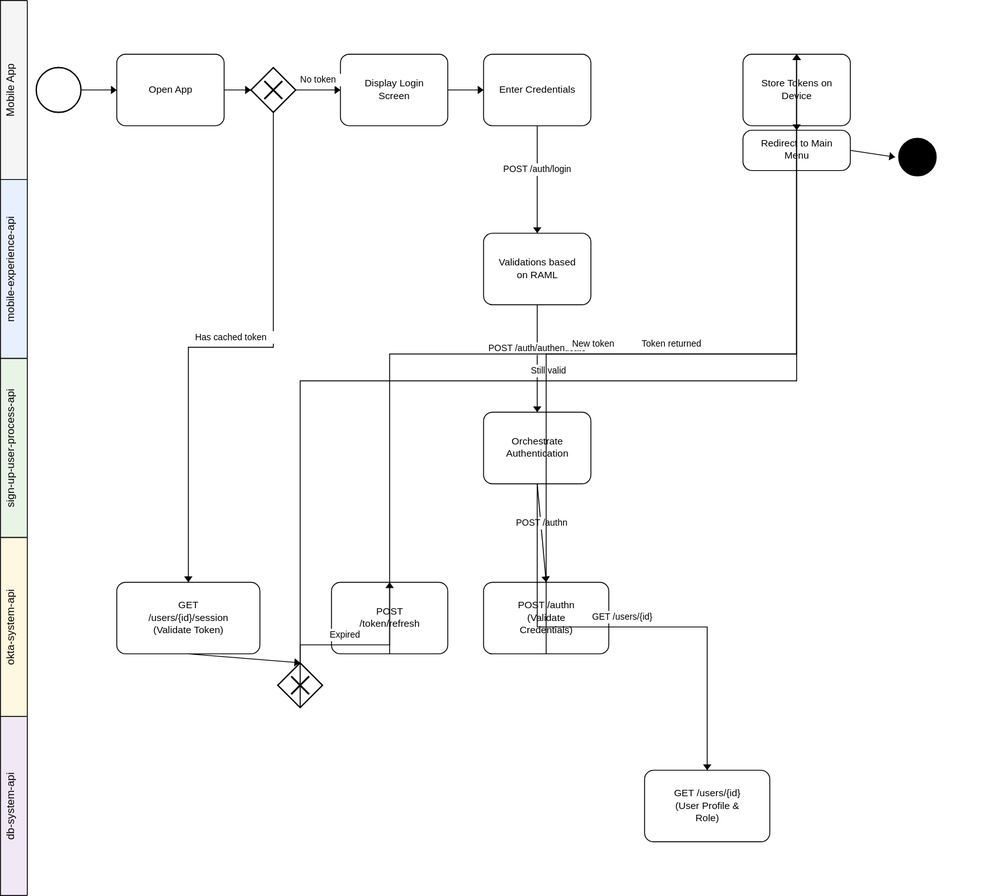
This is architecture/diagrams/use-cases/user-login-authentication-use-case.drawio.svg from RideXpress/docs, a draw.io export, as it was before one commit. Source tidied: cells renumbered, new cells last; positions are measured from the earlier drawing's top-left corner, leaving out a move shared by most shapes.
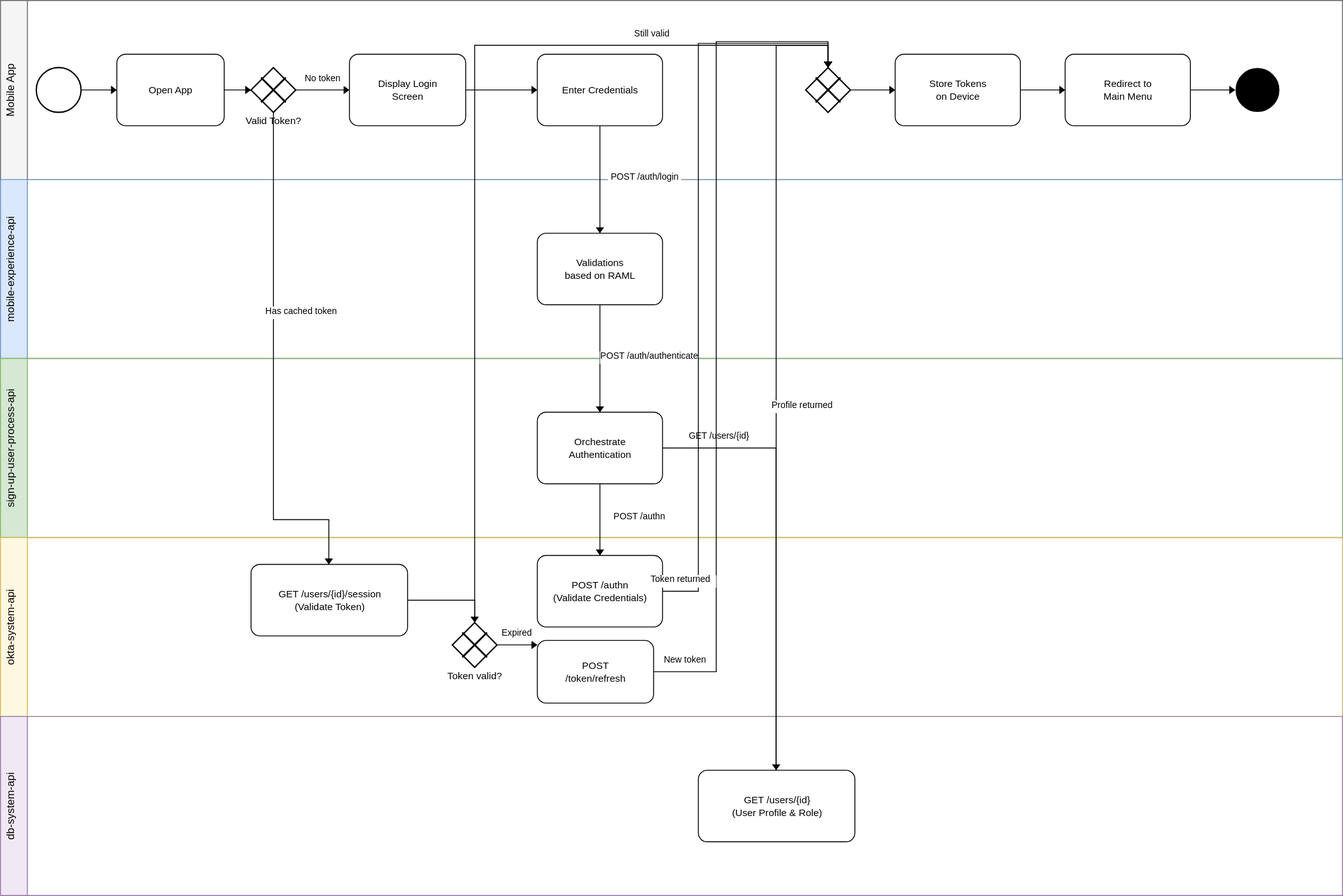
Above is the later version.

Commit message:
Redesign user login/authentication diagram for legibility (#139)

The edit, as a diff of the source:
```diff
@@ -2,20 +2,20 @@
   <root>
     <mxCell id="0" />
     <mxCell id="1" parent="0" />
-    <mxCell id="2" value="Mobile App" style="swimlane;horizontal=0;whiteSpace=wrap;html=1;" parent="1" vertex="1">
-      <mxGeometry width="1100" height="200" as="geometry" />
+    <mxCell id="2" value="Mobile App" style="swimlane;horizontal=0;whiteSpace=wrap;html=1;fillColor=#f5f5f5;strokeColor=#666666;" parent="1" vertex="1">
+      <mxGeometry width="1500" height="200" as="geometry" />
     </mxCell>
-    <mxCell id="3" value="mobile-experience-api" style="swimlane;horizontal=0;whiteSpace=wrap;html=1;" parent="1" vertex="1">
-      <mxGeometry y="200" width="1100" height="200" as="geometry" />
+    <mxCell id="3" value="mobile-experience-api" style="swimlane;horizontal=0;whiteSpace=wrap;html=1;fillColor=#dae8fc;strokeColor=#6c8ebf;" parent="1" vertex="1">
+      <mxGeometry y="200" width="1500" height="200" as="geometry" />
     </mxCell>
-    <mxCell id="4" value="sign-up-user-process-api" style="swimlane;horizontal=0;whiteSpace=wrap;html=1;" parent="1" vertex="1">
-      <mxGeometry y="400" width="1100" height="200" as="geometry" />
+    <mxCell id="4" value="sign-up-user-process-api" style="swimlane;horizontal=0;whiteSpace=wrap;html=1;fillColor=#d5e8d4;strokeColor=#82b366;" parent="1" vertex="1">
+      <mxGeometry y="400" width="1500" height="200" as="geometry" />
     </mxCell>
-    <mxCell id="5" value="okta-system-api" style="swimlane;horizontal=0;whiteSpace=wrap;html=1;" parent="1" vertex="1">
-      <mxGeometry y="600" width="1100" height="200" as="geometry" />
+    <mxCell id="5" value="okta-system-api" style="swimlane;horizontal=0;whiteSpace=wrap;html=1;fillColor=#fff8e1;strokeColor=#d6b656;" parent="1" vertex="1">
+      <mxGeometry y="600" width="1500" height="200" as="geometry" />
     </mxCell>
-    <mxCell id="6" value="db-system-api" style="swimlane;horizontal=0;whiteSpace=wrap;html=1;" parent="1" vertex="1">
-      <mxGeometry y="800" width="1100" height="200" as="geometry" />
+    <mxCell id="6" value="db-system-api" style="swimlane;horizontal=0;whiteSpace=wrap;html=1;fillColor=#f0e8f4;strokeColor=#9673a6;" parent="1" vertex="1">
+      <mxGeometry y="800" width="1500" height="200" as="geometry" />
     </mxCell>
     <mxCell id="7" style="points=[[0.145,0.145,0],[0.5,0,0],[0.855,0.145,0],[1,0.5,0],[0.855,0.855,0],[0.5,1,0],[0.145,0.855,0],[0,0.5,0]];shape=mxgraph.bpmn.event;html=1;verticalLabelPosition=bottom;labelBackgroundColor=#ffffff;verticalAlign=top;align=center;perimeter=ellipsePerimeter;outlineConnect=0;outline=standard;symbol=general;" parent="2" vertex="1">
       <mxGeometry x="40" y="75" width="50" height="50" as="geometry" />
@@ -27,40 +27,43 @@
       <mxGeometry x="280" y="75" width="50" height="50" as="geometry" />
     </mxCell>
     <mxCell id="10" value="Display Login Screen" style="points=[[0.25,0,0],[0.5,0,0],[0.75,0,0],[1,0.25,0],[1,0.5,0],[1,0.75,0],[0.75,1,0],[0.5,1,0],[0.25,1,0],[0,0.75,0],[0,0.5,0],[0,0.25,0]];shape=mxgraph.bpmn.task;whiteSpace=wrap;rectStyle=rounded;size=10;html=1;taskMarker=abstract;" parent="2" vertex="1">
-      <mxGeometry x="380" y="60" width="120" height="80" as="geometry" />
+      <mxGeometry x="390" y="60" width="130" height="80" as="geometry" />
     </mxCell>
     <mxCell id="11" value="Enter Credentials" style="points=[[0.25,0,0],[0.5,0,0],[0.75,0,0],[1,0.25,0],[1,0.5,0],[1,0.75,0],[0.75,1,0],[0.5,1,0],[0.25,1,0],[0,0.75,0],[0,0.5,0],[0,0.25,0]];shape=mxgraph.bpmn.task;whiteSpace=wrap;rectStyle=rounded;size=10;html=1;taskMarker=abstract;" parent="2" vertex="1">
-      <mxGeometry x="540" y="60" width="120" height="80" as="geometry" />
+      <mxGeometry x="600" y="60" width="140" height="80" as="geometry" />
     </mxCell>
+    <mxCell id="48" style="points=[[0.25,0,0],[0.5,0,0],[0.75,0,0],[1,0.25,0],[1,0.5,0],[1,0.75,0],[0.75,1,0],[0.5,1,0],[0.25,1,0],[0,0.75,0],[0,0.5,0],[0,0.25,0]];shape=mxgraph.bpmn.gateway2;html=1;verticalLabelPosition=bottom;labelBackgroundColor=#ffffff;verticalAlign=top;align=center;perimeter=rhombusPerimeter;outlineConnect=0;outline=exclusive;symbol=exclusive;" parent="2" vertex="1">
+      <mxGeometry x="900" y="75" width="50" height="50" as="geometry" />
+    </mxCell>
     <mxCell id="12" value="Store Tokens on Device" style="points=[[0.25,0,0],[0.5,0,0],[0.75,0,0],[1,0.25,0],[1,0.5,0],[1,0.75,0],[0.75,1,0],[0.5,1,0],[0.25,1,0],[0,0.75,0],[0,0.5,0],[0,0.25,0]];shape=mxgraph.bpmn.task;whiteSpace=wrap;rectStyle=rounded;size=10;html=1;taskMarker=abstract;" parent="2" vertex="1">
-      <mxGeometry x="830" y="60" width="120" height="80" as="geometry" />
+      <mxGeometry x="1000" y="60" width="140" height="80" as="geometry" />
     </mxCell>
     <mxCell id="13" value="Redirect to Main Menu" style="points=[[0.25,0,0],[0.5,0,0],[0.75,0,0],[1,0.25,0],[1,0.5,0],[1,0.75,0],[0.75,1,0],[0.5,1,0],[0.25,1,0],[0,0.75,0],[0,0.5,0],[0,0.25,0]];shape=mxgraph.bpmn.task;whiteSpace=wrap;rectStyle=rounded;size=10;html=1;taskMarker=abstract;" parent="2" vertex="1">
-      <mxGeometry x="830" y="145" width="120" height="45" as="geometry" />
+      <mxGeometry x="1190" y="60" width="140" height="80" as="geometry" />
     </mxCell>
-    <mxCell id="14" style="ellipse;whiteSpace=wrap;html=1;fillColor=#000000;" parent="2" vertex="1">
-      <mxGeometry x="1000" y="150" width="50" height="50" as="geometry" />
+    <mxCell id="14" style="points=[[0.145,0.145,0],[0.5,0,0],[0.855,0.145,0],[1,0.5,0],[0.855,0.855,0],[0.5,1,0],[0.145,0.855,0],[0,0.5,0]];shape=mxgraph.bpmn.event;html=1;verticalLabelPosition=bottom;labelBackgroundColor=#ffffff;verticalAlign=top;align=center;perimeter=ellipsePerimeter;outlineConnect=0;outline=end;symbol=terminate;" parent="2" vertex="1">
+      <mxGeometry x="1380" y="75" width="50" height="50" as="geometry" />
     </mxCell>
     <mxCell id="15" value="Validations based on RAML" style="points=[[0.25,0,0],[0.5,0,0],[0.75,0,0],[1,0.25,0],[1,0.5,0],[1,0.75,0],[0.75,1,0],[0.5,1,0],[0.25,1,0],[0,0.75,0],[0,0.5,0],[0,0.25,0]];shape=mxgraph.bpmn.task;whiteSpace=wrap;rectStyle=rounded;size=10;html=1;taskMarker=abstract;" parent="3" vertex="1">
-      <mxGeometry x="540" y="60" width="120" height="80" as="geometry" />
+      <mxGeometry x="600" y="60" width="140" height="80" as="geometry" />
     </mxCell>
     <mxCell id="16" value="Orchestrate Authentication" style="points=[[0.25,0,0],[0.5,0,0],[0.75,0,0],[1,0.25,0],[1,0.5,0],[1,0.75,0],[0.75,1,0],[0.5,1,0],[0.25,1,0],[0,0.75,0],[0,0.5,0],[0,0.25,0]];shape=mxgraph.bpmn.task;whiteSpace=wrap;rectStyle=rounded;size=10;html=1;taskMarker=abstract;" parent="4" vertex="1">
-      <mxGeometry x="540" y="60" width="120" height="80" as="geometry" />
+      <mxGeometry x="600" y="60" width="140" height="80" as="geometry" />
     </mxCell>
+    <mxCell id="18" value="GET /users/{id}/session (Validate Token)" style="points=[[0.25,0,0],[0.5,0,0],[0.75,0,0],[1,0.25,0],[1,0.5,0],[1,0.75,0],[0.75,1,0],[0.5,1,0],[0.25,1,0],[0,0.75,0],[0,0.5,0],[0,0.25,0]];shape=mxgraph.bpmn.task;whiteSpace=wrap;rectStyle=rounded;size=10;html=1;taskMarker=abstract;" parent="5" vertex="1">
+      <mxGeometry x="280" y="30" width="175" height="80" as="geometry" />
+    </mxCell>
+    <mxCell id="20" value="Token valid?" style="points=[[0.25,0,0],[0.5,0,0],[0.75,0,0],[1,0.25,0],[1,0.5,0],[1,0.75,0],[0.75,1,0],[0.5,1,0],[0.25,1,0],[0,0.75,0],[0,0.5,0],[0,0.25,0]];shape=mxgraph.bpmn.gateway2;html=1;verticalLabelPosition=bottom;labelBackgroundColor=#ffffff;verticalAlign=top;align=center;perimeter=rhombusPerimeter;outlineConnect=0;outline=exclusive;symbol=exclusive;" parent="5" vertex="1">
+      <mxGeometry x="505" y="95" width="50" height="50" as="geometry" />
+    </mxCell>
     <mxCell id="17" value="POST /authn (Validate Credentials)" style="points=[[0.25,0,0],[0.5,0,0],[0.75,0,0],[1,0.25,0],[1,0.5,0],[1,0.75,0],[0.75,1,0],[0.5,1,0],[0.25,1,0],[0,0.75,0],[0,0.5,0],[0,0.25,0]];shape=mxgraph.bpmn.task;whiteSpace=wrap;rectStyle=rounded;size=10;html=1;taskMarker=abstract;" parent="5" vertex="1">
-      <mxGeometry x="540" y="50" width="140" height="80" as="geometry" />
+      <mxGeometry x="600" y="20" width="140" height="80" as="geometry" />
     </mxCell>
-    <mxCell id="18" value="GET /users/{id}/session (Validate Token)" style="points=[[0.25,0,0],[0.5,0,0],[0.75,0,0],[1,0.25,0],[1,0.5,0],[1,0.75,0],[0.75,1,0],[0.5,1,0],[0.25,1,0],[0,0.75,0],[0,0.5,0],[0,0.25,0]];shape=mxgraph.bpmn.task;whiteSpace=wrap;rectStyle=rounded;size=10;html=1;taskMarker=abstract;" parent="5" vertex="1">
-      <mxGeometry x="130" y="50" width="160" height="80" as="geometry" />
-    </mxCell>
     <mxCell id="19" value="POST /token/refresh" style="points=[[0.25,0,0],[0.5,0,0],[0.75,0,0],[1,0.25,0],[1,0.5,0],[1,0.75,0],[0.75,1,0],[0.5,1,0],[0.25,1,0],[0,0.75,0],[0,0.5,0],[0,0.25,0]];shape=mxgraph.bpmn.task;whiteSpace=wrap;rectStyle=rounded;size=10;html=1;taskMarker=abstract;" parent="5" vertex="1">
-      <mxGeometry x="370" y="50" width="130" height="80" as="geometry" />
+      <mxGeometry x="600" y="115" width="130" height="70" as="geometry" />
     </mxCell>
-    <mxCell id="20" value="Token valid?" style="points=[[0.25,0,0],[0.5,0,0],[0.75,0,0],[1,0.25,0],[1,0.5,0],[1,0.75,0],[0.75,1,0],[0.5,1,0],[0.25,1,0],[0,0.75,0],[0,0.5,0],[0,0.25,0]];shape=mxgraph.bpmn.gateway2;html=1;verticalLabelPosition=bottom;labelBackgroundColor=#ffffff;verticalAlign=top;align=center;perimeter=rhombusPerimeter;outlineConnect=0;outline=exclusive;symbol=exclusive;" parent="5" vertex="1">
-      <mxGeometry x="310" y="140" width="50" height="50" as="geometry" />
-    </mxCell>
-    <mxCell id="21" value="GET /users/{id} (User Profile &amp; Role)" style="points=[[0.25,0,0],[0.5,0,0],[0.75,0,0],[1,0.25,0],[1,0.5,0],[1,0.75,0],[0.75,1,0],[0.5,1,0],[0.25,1,0],[0,0.75,0],[0,0.5,0],[0,0.25,0]];shape=mxgraph.bpmn.task;whiteSpace=wrap;rectStyle=rounded;size=10;html=1;taskMarker=abstract;" parent="6" vertex="1">
-      <mxGeometry x="720" y="60" width="140" height="80" as="geometry" />
+    <mxCell id="21" value="GET /users/{id} (User Profile &amp;amp; Role)" style="points=[[0.25,0,0],[0.5,0,0],[0.75,0,0],[1,0.25,0],[1,0.5,0],[1,0.75,0],[0.75,1,0],[0.5,1,0],[0.25,1,0],[0,0.75,0],[0,0.5,0],[0,0.25,0]];shape=mxgraph.bpmn.task;whiteSpace=wrap;rectStyle=rounded;size=10;html=1;taskMarker=abstract;" parent="6" vertex="1">
+      <mxGeometry x="780" y="60" width="175" height="80" as="geometry" />
     </mxCell>
     <mxCell id="22" style="edgeStyle=orthogonalEdgeStyle;rounded=0;jettySize=auto;html=1;" parent="1" edge="1" source="7" target="8">
       <mxGeometry relative="1" as="geometry" />
@@ -74,8 +77,13 @@
     <mxCell id="25" value="No token" style="edgeLabel;html=1;align=center;verticalAlign=middle;" parent="24" vertex="1">
       <mxGeometry relative="1" as="geometry" />
     </mxCell>
-    <mxCell id="26" style="edgeStyle=orthogonalEdgeStyle;rounded=0;jettySize=auto;html=1;" parent="1" edge="1" source="9" target="18">
-      <mxGeometry relative="1" as="geometry" />
+    <mxCell id="26" style="edgeStyle=orthogonalEdgeStyle;rounded=0;jettySize=auto;html=1;exitX=0.5;exitY=1;exitDx=0;exitDy=0;" parent="1" edge="1" source="9" target="18">
+      <mxGeometry relative="1" as="geometry">
+        <Array as="points">
+          <mxPoint x="305" y="580" />
+          <mxPoint x="367" y="580" />
+        </Array>
+      </mxGeometry>
     </mxCell>
     <mxCell id="27" value="Has cached token" style="edgeLabel;html=1;align=center;verticalAlign=middle;" parent="26" vertex="1">
       <mxGeometry relative="1" as="geometry" />
@@ -102,16 +110,29 @@
       <mxGeometry relative="1" as="geometry" />
     </mxCell>
     <mxCell id="35" style="edgeStyle=orthogonalEdgeStyle;rounded=0;jettySize=auto;html=1;" parent="1" edge="1" source="16" target="21">
-      <mxGeometry relative="1" as="geometry" />
+      <mxGeometry relative="1" as="geometry">
+        <Array as="points">
+          <mxPoint x="867" y="500" />
+        </Array>
+      </mxGeometry>
     </mxCell>
     <mxCell id="36" value="GET /users/{id}" style="edgeLabel;html=1;align=center;verticalAlign=middle;" parent="35" vertex="1">
       <mxGeometry relative="1" as="geometry" />
     </mxCell>
     <mxCell id="37" style="edgeStyle=orthogonalEdgeStyle;rounded=0;jettySize=auto;html=1;" parent="1" edge="1" source="18" target="20">
-      <mxGeometry relative="1" as="geometry" />
+      <mxGeometry relative="1" as="geometry">
+        <Array as="points">
+          <mxPoint x="530" y="670" />
+        </Array>
+      </mxGeometry>
     </mxCell>
-    <mxCell id="38" style="edgeStyle=orthogonalEdgeStyle;rounded=0;jettySize=auto;html=1;" parent="1" edge="1" source="20" target="12">
-      <mxGeometry relative="1" as="geometry" />
+    <mxCell id="38" style="edgeStyle=orthogonalEdgeStyle;rounded=0;jettySize=auto;html=1;exitX=0.5;exitY=0;exitDx=0;exitDy=0;entryX=0.5;entryY=0;entryDx=0;entryDy=0;" parent="1" edge="1" source="20" target="48">
+      <mxGeometry relative="1" as="geometry">
+        <Array as="points">
+          <mxPoint x="530" y="50" />
+          <mxPoint x="925" y="50" />
+        </Array>
+      </mxGeometry>
     </mxCell>
     <mxCell id="39" value="Still valid" style="edgeLabel;html=1;align=center;verticalAlign=middle;" parent="38" vertex="1">
       <mxGeometry relative="1" as="geometry" />
@@ -122,23 +143,49 @@
     <mxCell id="41" value="Expired" style="edgeLabel;html=1;align=center;verticalAlign=middle;" parent="40" vertex="1">
       <mxGeometry relative="1" as="geometry" />
     </mxCell>
-    <mxCell id="42" style="edgeStyle=orthogonalEdgeStyle;rounded=0;jettySize=auto;html=1;" parent="1" edge="1" source="19" target="12">
-      <mxGeometry relative="1" as="geometry" />
+    <mxCell id="42" style="edgeStyle=orthogonalEdgeStyle;rounded=0;jettySize=auto;html=1;exitX=1;exitY=0.5;exitDx=0;exitDy=0;entryX=0.5;entryY=0;entryDx=0;entryDy=0;" parent="1" edge="1" source="19" target="48">
+      <mxGeometry relative="1" as="geometry">
+        <Array as="points">
+          <mxPoint x="800" y="750" />
+          <mxPoint x="800" y="46" />
+          <mxPoint x="925" y="46" />
+        </Array>
+      </mxGeometry>
     </mxCell>
     <mxCell id="43" value="New token" style="edgeLabel;html=1;align=center;verticalAlign=middle;" parent="42" vertex="1">
       <mxGeometry relative="1" as="geometry" />
     </mxCell>
-    <mxCell id="44" style="edgeStyle=orthogonalEdgeStyle;rounded=0;jettySize=auto;html=1;" parent="1" edge="1" source="17" target="12">
-      <mxGeometry relative="1" as="geometry" />
+    <mxCell id="44" style="edgeStyle=orthogonalEdgeStyle;rounded=0;jettySize=auto;html=1;exitX=1;exitY=0.5;exitDx=0;exitDy=0;entryX=0.5;entryY=0;entryDx=0;entryDy=0;" parent="1" edge="1" source="17" target="48">
+      <mxGeometry relative="1" as="geometry">
+        <Array as="points">
+          <mxPoint x="780" y="660" />
+          <mxPoint x="780" y="48" />
+          <mxPoint x="925" y="48" />
+        </Array>
+      </mxGeometry>
     </mxCell>
     <mxCell id="45" value="Token returned" style="edgeLabel;html=1;align=center;verticalAlign=middle;" parent="44" vertex="1">
       <mxGeometry relative="1" as="geometry" />
     </mxCell>
+    <mxCell id="49" style="edgeStyle=orthogonalEdgeStyle;rounded=0;jettySize=auto;html=1;exitX=0.5;exitY=0;exitDx=0;exitDy=0;entryX=0.5;entryY=0;entryDx=0;entryDy=0;" parent="1" edge="1" source="21" target="48">
+      <mxGeometry relative="1" as="geometry">
+        <Array as="points">
+          <mxPoint x="867" y="50" />
+          <mxPoint x="925" y="50" />
+        </Array>
+      </mxGeometry>
+    </mxCell>
+    <mxCell id="50" value="Profile returned" style="edgeLabel;html=1;align=center;verticalAlign=middle;" parent="49" vertex="1">
+      <mxGeometry relative="1" as="geometry" />
+    </mxCell>
-    <mxCell id="46" style="edgeStyle=orthogonalEdgeStyle;rounded=0;jettySize=auto;html=1;" parent="1" edge="1" source="12" target="13">
+    <mxCell id="46" style="edgeStyle=orthogonalEdgeStyle;rounded=0;jettySize=auto;html=1;" parent="1" edge="1" source="48" target="12">
       <mxGeometry relative="1" as="geometry" />
     </mxCell>
-    <mxCell id="47" style="edgeStyle=orthogonalEdgeStyle;rounded=0;jettySize=auto;html=1;" parent="1" edge="1" source="13" target="14">
+    <mxCell id="47" style="edgeStyle=orthogonalEdgeStyle;rounded=0;jettySize=auto;html=1;" parent="1" edge="1" source="12" target="13">
       <mxGeometry relative="1" as="geometry" />
     </mxCell>
+    <mxCell id="51" style="edgeStyle=orthogonalEdgeStyle;rounded=0;jettySize=auto;html=1;" parent="1" edge="1" source="13" target="14">
+      <mxGeometry relative="1" as="geometry" />
+    </mxCell>
   </root>
 </mxGraphModel>
```
